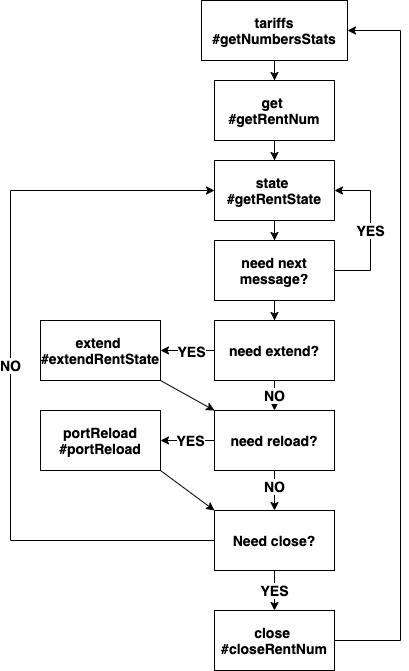
This is Diagrams/GetRent.png from s00d/onlinesim-php-api, a draw.io export, as it was before one commit. Source tidied: cells renumbered, new cells last; positions are measured from the earlier drawing's top-left corner, leaving out a move shared by most shapes.
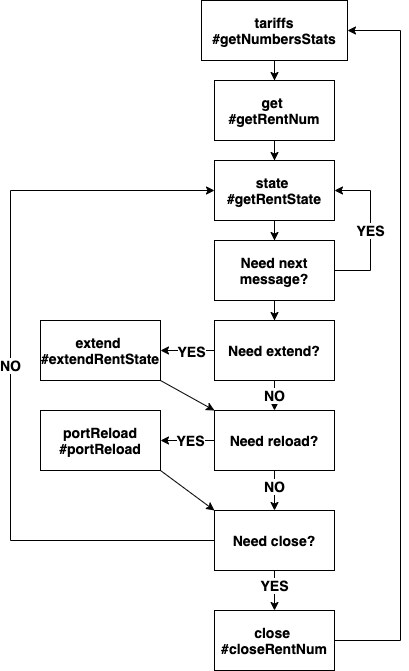
After the change.

Commit message:
replace diagram

Change to the diagram source:
```diff
@@ -31,7 +31,7 @@
     <mxCell id="9" style="edgeStyle=orthogonalEdgeStyle;rounded=0;jettySize=auto;html=1;fontSize=14;fontStyle=1;" parent="1" edge="1" source="10" target="15">
       <mxGeometry relative="1" as="geometry" />
     </mxCell>
-    <mxCell id="10" value="&lt;span style=&quot;font-size: 14px;&quot;&gt;need next message?&lt;/span&gt;" style="rounded=0;whiteSpace=wrap;html=1;fontSize=14;fontStyle=1;" parent="1" vertex="1">
+    <mxCell id="10" value="&lt;span style=&quot;font-size: 14px&quot;&gt;Need next message?&lt;/span&gt;" style="rounded=0;whiteSpace=wrap;html=1;fontSize=14;fontStyle=1;" parent="1" vertex="1">
       <mxGeometry x="204" y="240" width="120" height="60" as="geometry" />
     </mxCell>
     <mxCell id="11" style="edgeStyle=orthogonalEdgeStyle;rounded=0;jettySize=auto;html=1;entryX=0.5;entryY=0;entryDx=0;entryDy=0;fontSize=14;fontStyle=1;" parent="1" edge="1" source="15" target="19">
@@ -48,7 +48,7 @@
         <mxPoint x="-3" as="offset" />
       </mxGeometry>
     </mxCell>
-    <mxCell id="15" value="&lt;span style=&quot;font-size: 14px;&quot;&gt;need extend?&lt;/span&gt;" style="rounded=0;whiteSpace=wrap;html=1;fontSize=14;fontStyle=1;" parent="1" vertex="1">
+    <mxCell id="15" value="&lt;span style=&quot;font-size: 14px&quot;&gt;Need extend?&lt;/span&gt;" style="rounded=0;whiteSpace=wrap;html=1;fontSize=14;fontStyle=1;" parent="1" vertex="1">
       <mxGeometry x="204" y="320" width="120" height="60" as="geometry" />
     </mxCell>
     <mxCell id="16" value="extend &lt;br style=&quot;font-size: 14px;&quot;&gt;#extendRentState" style="rounded=0;whiteSpace=wrap;html=1;fontSize=14;fontStyle=1;" parent="1" vertex="1">
@@ -60,14 +60,14 @@
     <mxCell id="18" value="YES" style="edgeStyle=orthogonalEdgeStyle;rounded=0;jettySize=auto;html=1;entryX=1;entryY=0.5;entryDx=0;entryDy=0;fontSize=14;fontStyle=1;" parent="1" edge="1" source="19" target="20">
       <mxGeometry x="-0.11" relative="1" as="geometry" />
     </mxCell>
-    <mxCell id="19" value="need reload?" style="rounded=0;whiteSpace=wrap;html=1;fontSize=14;fontStyle=1;" parent="1" vertex="1">
+    <mxCell id="19" value="Need reload?" style="rounded=0;whiteSpace=wrap;html=1;fontSize=14;fontStyle=1;" parent="1" vertex="1">
       <mxGeometry x="204" y="410" width="120" height="60" as="geometry" />
     </mxCell>
     <mxCell id="20" value="portReload&lt;br style=&quot;font-size: 14px;&quot;&gt;#portReload" style="rounded=0;whiteSpace=wrap;html=1;fontSize=14;fontStyle=1;" parent="1" vertex="1">
       <mxGeometry x="30" y="410" width="120" height="60" as="geometry" />
     </mxCell>
     <mxCell id="21" value="YES" style="edgeStyle=orthogonalEdgeStyle;rounded=0;jettySize=auto;html=1;entryX=0.5;entryY=0;entryDx=0;entryDy=0;fontSize=14;fontStyle=1;" parent="1" edge="1" source="23" target="26">
-      <mxGeometry relative="1" as="geometry" />
+      <mxGeometry x="-0.25" relative="1" as="geometry" />
     </mxCell>
     <mxCell id="22" value="NO" style="edgeStyle=orthogonalEdgeStyle;rounded=0;jettySize=auto;html=1;exitX=0;exitY=0.5;exitDx=0;exitDy=0;entryX=0;entryY=0.5;entryDx=0;entryDy=0;fontSize=14;fontStyle=1;" parent="1" edge="1" source="23" target="7">
       <mxGeometry relative="1" as="geometry">
```
